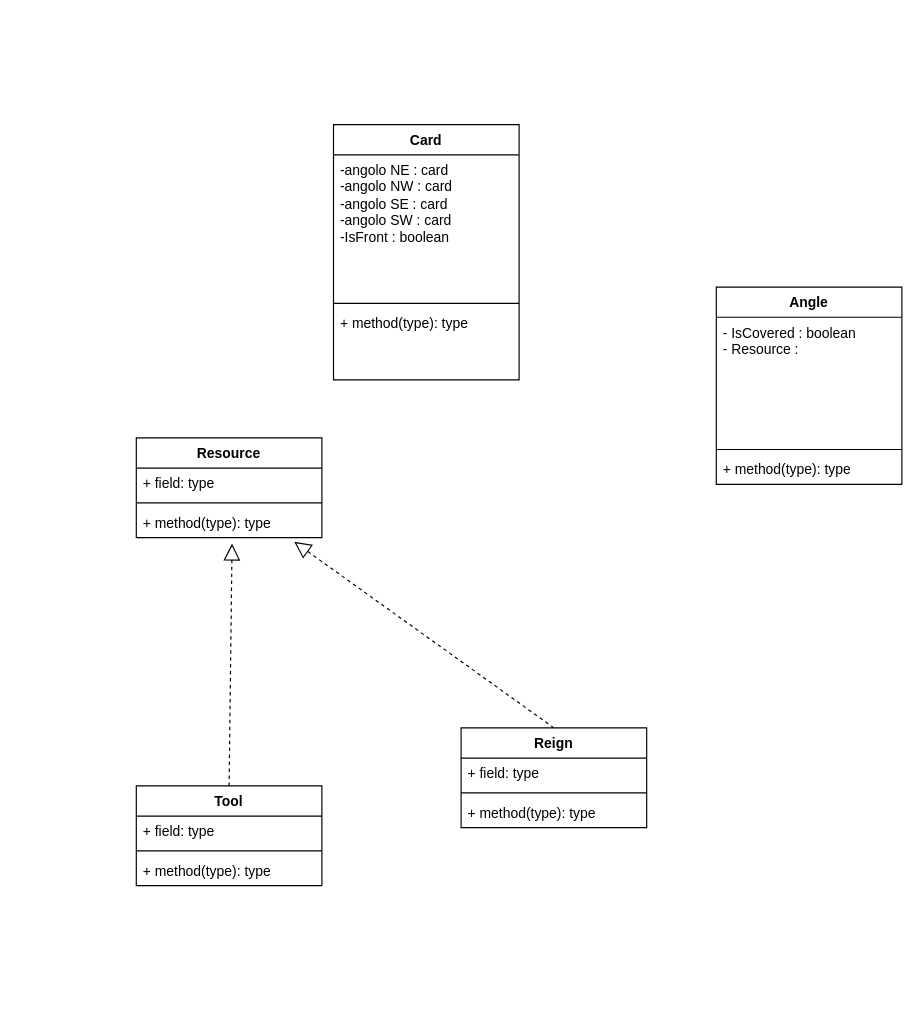
This is Diagramma senza titolo.drawio from MaximilianMangosi/ing-sw-2024-Mangosi-Laguardia-Lapi-Mattina, a draw.io file, before an edit. Source tidied: cells renumbered, new cells numbered last; positions are measured from the earlier drawing's top-left corner, leaving out a move shared by most shapes. Both pictures are drawn from the tidied source at 116%, with x=0, y=0 at pixel (136, 124).
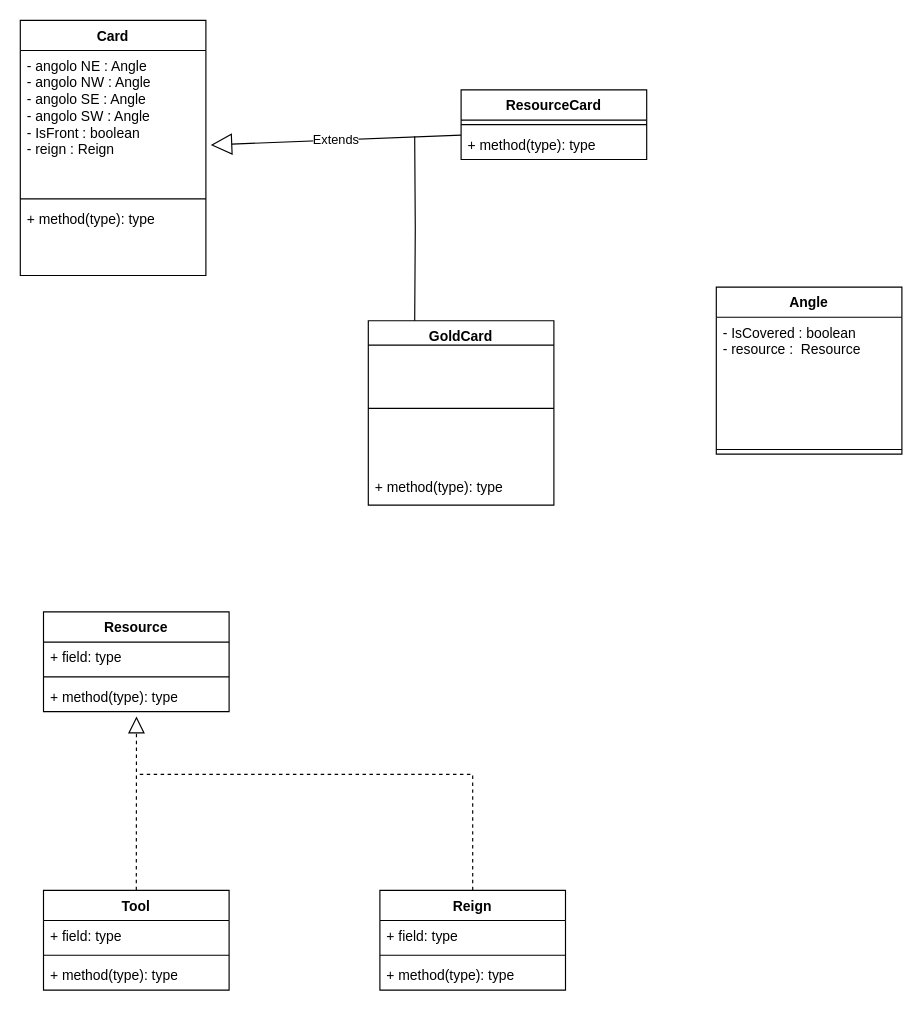
Above is the later version.

Unchanged cells that the change refers to:
```xml
<mxCell id="13" value="+ method(type): type" style="text;strokeColor=none;fillColor=none;align=left;verticalAlign=top;spacingLeft=4;spacingRight=4;overflow=hidden;points=[[0,0.5],[1,0.5]];portConstraint=eastwest;whiteSpace=wrap;html=1;" parent="10" vertex="1">
  <mxGeometry y="60" width="160" height="26" as="geometry" />
</mxCell>
```

Diff of the diagram source:
```diff
@@
     <mxCell id="2" value="Card" style="swimlane;fontStyle=1;align=center;verticalAlign=top;horizontal=1;startSize=26;whiteSpace=wrap;html=1;" parent="1" vertex="1">
-      <mxGeometry x="170" width="160" height="220" as="geometry" />
+      <mxGeometry x="-100" y="-90" width="160" height="220" as="geometry" />
     </mxCell>
-    <mxCell id="3" value="-angolo NE : card&lt;div&gt;-angolo NW : card&lt;/div&gt;&lt;div&gt;-angolo SE : card&lt;/div&gt;&lt;div&gt;-angolo SW : card&lt;/div&gt;&lt;div&gt;-IsFront : boolean&lt;/div&gt;" style="text;strokeColor=none;fillColor=none;align=left;verticalAlign=top;spacingLeft=4;spacingRight=4;overflow=hidden;points=[[0,0.5],[1,0.5]];portConstraint=eastwest;whiteSpace=wrap;html=1;" parent="2" vertex="1">
+    <mxCell id="3" value="- angolo NE : Angle&lt;div&gt;- angolo NW : Angle&lt;/div&gt;&lt;div&gt;- angolo SE : Angle&lt;/div&gt;&lt;div&gt;- angolo SW : Angle&lt;/div&gt;&lt;div&gt;- IsFront : boolean&lt;/div&gt;&lt;div&gt;- reign : Reign&lt;/div&gt;&lt;div&gt;&lt;br&gt;&lt;/div&gt;" style="text;strokeColor=none;fillColor=none;align=left;verticalAlign=top;spacingLeft=4;spacingRight=4;overflow=hidden;points=[[0,0.5],[1,0.5]];portConstraint=eastwest;whiteSpace=wrap;html=1;" parent="2" vertex="1">
       <mxGeometry y="26" width="160" height="124" as="geometry" />
     </mxCell>
@@
     <mxCell id="6" value="Angle" style="swimlane;fontStyle=1;align=center;verticalAlign=top;horizontal=1;startSize=26;whiteSpace=wrap;html=1;" parent="1" vertex="1">
-      <mxGeometry x="500" y="140" width="160" height="170" as="geometry" />
+      <mxGeometry x="500" y="140" width="160" height="144" as="geometry" />
     </mxCell>
-    <mxCell id="7" value="&lt;div&gt;- IsCovered : boolean&lt;/div&gt;&lt;div&gt;- Resource :&amp;nbsp;&lt;/div&gt;" style="text;strokeColor=none;fillColor=none;align=left;verticalAlign=top;spacingLeft=4;spacingRight=4;overflow=hidden;whiteSpace=wrap;html=1;" parent="6" vertex="1">
+    <mxCell id="7" value="&lt;div&gt;- IsCovered : boolean&lt;/div&gt;&lt;div&gt;- resource :&amp;nbsp; Resource&lt;/div&gt;&lt;div&gt;&lt;br&gt;&lt;/div&gt;" style="text;strokeColor=none;fillColor=none;align=left;verticalAlign=top;spacingLeft=4;spacingRight=4;overflow=hidden;whiteSpace=wrap;html=1;" parent="6" vertex="1">
       <mxGeometry y="26" width="160" height="110" as="geometry" />
     </mxCell>
@@
-    <mxCell id="9" value="+ method(type): type" style="text;strokeColor=none;fillColor=none;align=left;verticalAlign=top;spacingLeft=4;spacingRight=4;overflow=hidden;whiteSpace=wrap;html=1;" parent="6" vertex="1">
-      <mxGeometry y="144" width="160" height="26" as="geometry" />
-    </mxCell>
     <mxCell id="10" value="Resource" style="swimlane;fontStyle=1;align=center;verticalAlign=top;horizontal=1;startSize=26;whiteSpace=wrap;html=1;" parent="1" vertex="1">
-      <mxGeometry y="270" width="160" height="86" as="geometry" />
+      <mxGeometry x="-80" y="420" width="160" height="86" as="geometry" />
     </mxCell>
@@
     <mxCell id="14" value="Tool" style="swimlane;fontStyle=1;align=center;verticalAlign=top;horizontal=1;startSize=26;whiteSpace=wrap;html=1;" parent="1" vertex="1">
-      <mxGeometry y="570" width="160" height="86" as="geometry" />
+      <mxGeometry x="-80" y="660" width="160" height="86" as="geometry" />
     </mxCell>
@@
-    <mxCell id="18" style="endArrow=block;dashed=1;endFill=0;endSize=12;html=1;rounded=0;entryX=0.516;entryY=1.197;entryDx=0;entryDy=0;entryPerimeter=0;exitX=0.5;exitY=0;exitDx=0;exitDy=0;" parent="1" edge="1" source="14" target="13">
+    <mxCell id="18" style="endArrow=block;dashed=1;endFill=0;endSize=12;html=1;rounded=0;entryX=0.501;entryY=1.162;entryDx=0;entryDy=0;entryPerimeter=0;exitX=0.5;exitY=0;exitDx=0;exitDy=0;" parent="1" edge="1" source="14" target="13">
       <mxGeometry relative="1" as="geometry" />
     </mxCell>
     <mxCell id="19" value="Reign" style="swimlane;fontStyle=1;align=center;verticalAlign=top;horizontal=1;startSize=26;whiteSpace=wrap;html=1;" parent="1" vertex="1">
-      <mxGeometry x="280" y="520" width="160" height="86" as="geometry" />
+      <mxGeometry x="210" y="660" width="160" height="86" as="geometry" />
     </mxCell>
@@
-    <mxCell id="23" style="endArrow=block;dashed=1;endFill=0;endSize=12;html=1;rounded=0;exitX=0.5;exitY=0;exitDx=0;exitDy=0;entryX=0.851;entryY=1.138;entryDx=0;entryDy=0;entryPerimeter=0;" parent="1" edge="1" source="19" target="13">
-      <mxGeometry relative="1" as="geometry" />
-    </mxCell>
+    <mxCell id="24" value="GoldCard" style="swimlane;fontStyle=1;align=center;verticalAlign=top;horizontal=1;startSize=21;whiteSpace=wrap;html=1;" parent="1" vertex="1">
+      <mxGeometry x="200" y="169" width="160" height="159" as="geometry" />
+    </mxCell>
+    <mxCell id="25" style="line;strokeWidth=1;fillColor=none;align=left;verticalAlign=middle;spacingTop=-1;spacingLeft=3;spacingRight=3;labelPosition=right;strokeColor=inherit;" parent="24" vertex="1">
+      <mxGeometry y="21" width="160" height="109" as="geometry" />
+    </mxCell>
+    <mxCell id="26" value="+ method(type): type" style="text;strokeColor=none;fillColor=none;align=left;verticalAlign=top;spacingLeft=4;spacingRight=4;overflow=hidden;whiteSpace=wrap;html=1;" parent="24" vertex="1">
+      <mxGeometry y="130" width="160" height="29" as="geometry" />
+    </mxCell>
+    <mxCell id="27" value="ResourceCard" style="swimlane;fontStyle=1;align=center;verticalAlign=top;horizontal=1;startSize=26;whiteSpace=wrap;html=1;" parent="1" vertex="1">
+      <mxGeometry x="280" y="-30" width="160" height="60" as="geometry" />
+    </mxCell>
+    <mxCell id="28" style="line;strokeWidth=1;fillColor=none;align=left;verticalAlign=middle;spacingTop=-1;spacingLeft=3;spacingRight=3;labelPosition=right;strokeColor=inherit;" parent="27" vertex="1">
+      <mxGeometry y="26" width="160" height="8" as="geometry" />
+    </mxCell>
+    <mxCell id="29" value="+ method(type): type" style="text;strokeColor=none;fillColor=none;align=left;verticalAlign=top;spacingLeft=4;spacingRight=4;overflow=hidden;whiteSpace=wrap;html=1;" parent="27" vertex="1">
+      <mxGeometry y="34" width="160" height="26" as="geometry" />
+    </mxCell>
+    <mxCell id="30" value="Extends" style="endArrow=block;endSize=16;endFill=0;html=1;rounded=0;entryX=1.026;entryY=0.657;entryDx=0;entryDy=0;entryPerimeter=0;exitX=0;exitY=0.5;exitDx=0;exitDy=0;" parent="1" edge="1" target="3">
+      <mxGeometry relative="1" as="geometry">
+        <mxPoint x="280" y="9" as="sourcePoint" />
+      </mxGeometry>
+    </mxCell>
+    <mxCell id="31" style="endArrow=none;html=1;edgeStyle=orthogonalEdgeStyle;rounded=0;entryX=0.25;entryY=0;entryDx=0;entryDy=0;" parent="1" edge="1" target="24">
+      <mxGeometry relative="1" as="geometry">
+        <mxPoint x="240" y="10" as="sourcePoint" />
+      </mxGeometry>
+    </mxCell>
+    <mxCell id="32" style="endArrow=none;dashed=1;html=1;rounded=0;exitX=0.5;exitY=0;exitDx=0;exitDy=0;" parent="1" edge="1" source="19">
+      <mxGeometry relative="1" as="geometry">
+        <mxPoint y="560" as="targetPoint" />
+        <Array as="points">
+          <mxPoint x="290" y="560" />
+        </Array>
+      </mxGeometry>
+    </mxCell>
```
